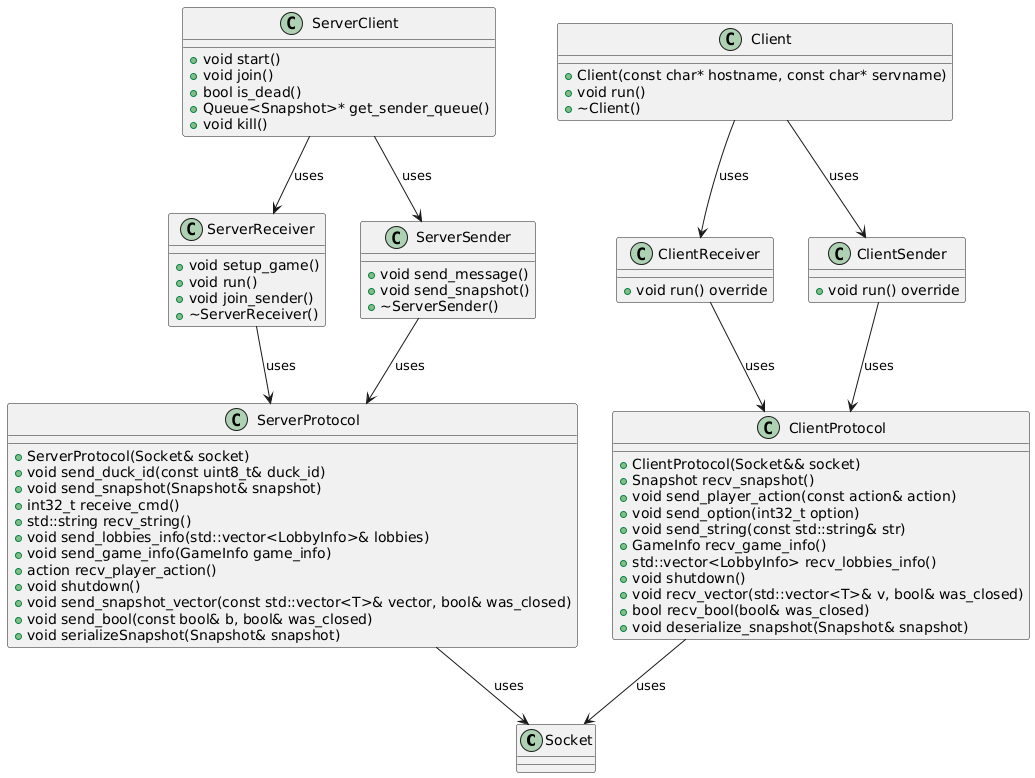
Earlier version of the PlantUML export docs/images/doc-tecnica/comunicacion-server-cliente.png (Juannbel/duck-game). Its diagram source:
```plantuml
@startuml
class Socket {}

class ServerClient {
    + void start()
    + void join()
    + bool is_dead()
    + Queue<Snapshot>* get_sender_queue()
    + void kill()
}

class ServerReceiver {
    + void setup_game()
    + void run()
    + void join_sender()
    + ~ServerReceiver()
}

class ServerProtocol {
    + ServerProtocol(Socket& socket)
    + void send_duck_id(const uint8_t& duck_id)
    + void send_snapshot(Snapshot& snapshot)
    + int32_t receive_cmd()
    + std::string recv_string()
    + void send_lobbies_info(std::vector<LobbyInfo>& lobbies)
    + void send_game_info(GameInfo game_info)
    + action recv_player_action()
    + void shutdown()
    + void send_snapshot_vector(const std::vector<T>& vector, bool& was_closed)
    + void send_bool(const bool& b, bool& was_closed)
    + void serializeSnapshot(Snapshot& snapshot)
}

class ServerSender {
    + void send_message()
    + void send_snapshot()
    + ~ServerSender()
}

class Client {
    + Client(const char* hostname, const char* servname)
    + void run()
    + ~Client()
}

class ClientReceiver {
   + void run() override
}

class ClientSender {
   + void run() override
}

class ClientProtocol {
    + ClientProtocol(Socket&& socket)
    + Snapshot recv_snapshot()
    + void send_player_action(const action& action)
    + void send_option(int32_t option)
    + void send_string(const std::string& str)
    + GameInfo recv_game_info()
    + std::vector<LobbyInfo> recv_lobbies_info()
    + void shutdown()
    + void recv_vector(std::vector<T>& v, bool& was_closed)
    + bool recv_bool(bool& was_closed)
    + void deserialize_snapshot(Snapshot& snapshot)
}

ServerClient --> ServerReceiver : uses
ServerClient --> ServerSender : uses
ServerSender --> ServerProtocol : uses
ServerReceiver --> ServerProtocol : uses
ServerProtocol --> Socket : uses

Client --> ClientReceiver : uses
Client --> ClientSender : uses
ClientReceiver --> ClientProtocol : uses
ClientSender --> ClientProtocol : uses
ClientProtocol --> Socket : uses
@enduml
```
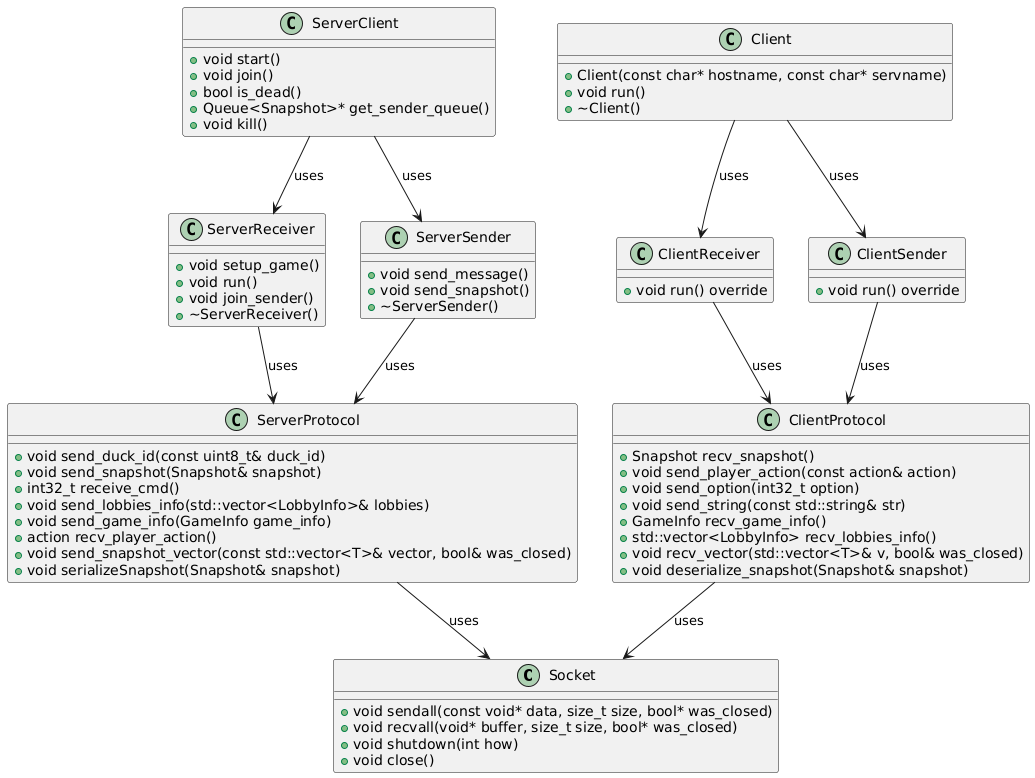
After the change.

The edit, as a diff of the source:
```diff
@@ -1,5 +1,10 @@
 @startuml
-class Socket {}
+class Socket {
+    + void sendall(const void* data, size_t size, bool* was_closed)
+    + void recvall(void* buffer, size_t size, bool* was_closed)
+    + void shutdown(int how)
+    + void close()
+}
 
 class ServerClient {
     + void start()
@@ -17,17 +22,13 @@
 }
 
 class ServerProtocol {
-    + ServerProtocol(Socket& socket)
     + void send_duck_id(const uint8_t& duck_id)
     + void send_snapshot(Snapshot& snapshot)
     + int32_t receive_cmd()
-    + std::string recv_string()
     + void send_lobbies_info(std::vector<LobbyInfo>& lobbies)
     + void send_game_info(GameInfo game_info)
     + action recv_player_action()
-    + void shutdown()
     + void send_snapshot_vector(const std::vector<T>& vector, bool& was_closed)
-    + void send_bool(const bool& b, bool& was_closed)
     + void serializeSnapshot(Snapshot& snapshot)
 }
 
@@ -52,16 +53,13 @@
 }
 
 class ClientProtocol {
-    + ClientProtocol(Socket&& socket)
     + Snapshot recv_snapshot()
     + void send_player_action(const action& action)
     + void send_option(int32_t option)
     + void send_string(const std::string& str)
     + GameInfo recv_game_info()
     + std::vector<LobbyInfo> recv_lobbies_info()
-    + void shutdown()
     + void recv_vector(std::vector<T>& v, bool& was_closed)
-    + bool recv_bool(bool& was_closed)
     + void deserialize_snapshot(Snapshot& snapshot)
 }
 
```
